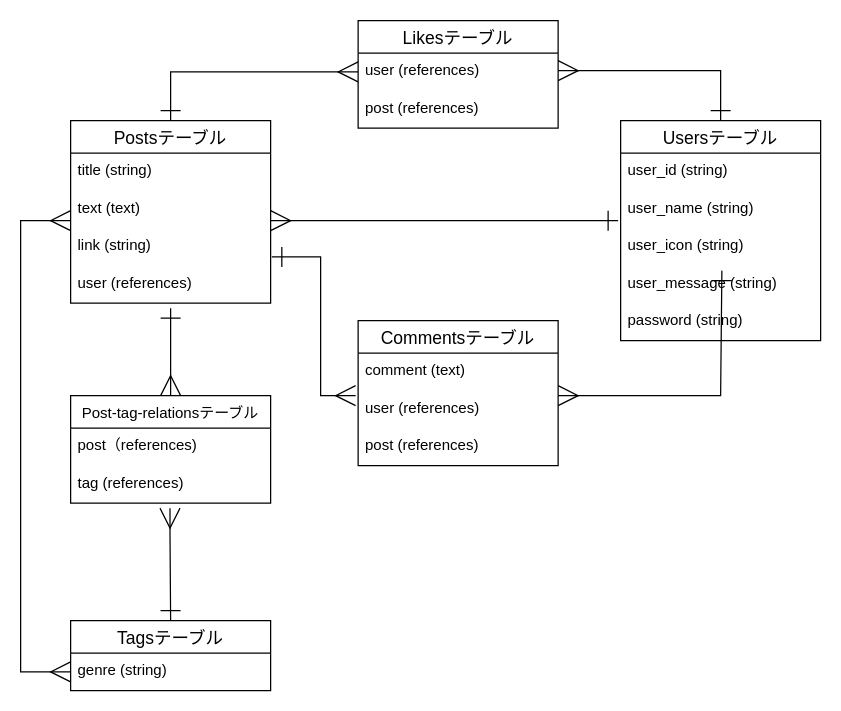
hidetsugu-o/music-recommend keeps this draw.io diagram as ER.dio. Above is the earlier version. Source tidied: cells renumbered, new cells numbered last; positions are measured from the earlier drawing's top-left corner, leaving out a move shared by most shapes. Both pictures are drawn from the tidied source at 125%, with x=0, y=0 at pixel (20, 20).
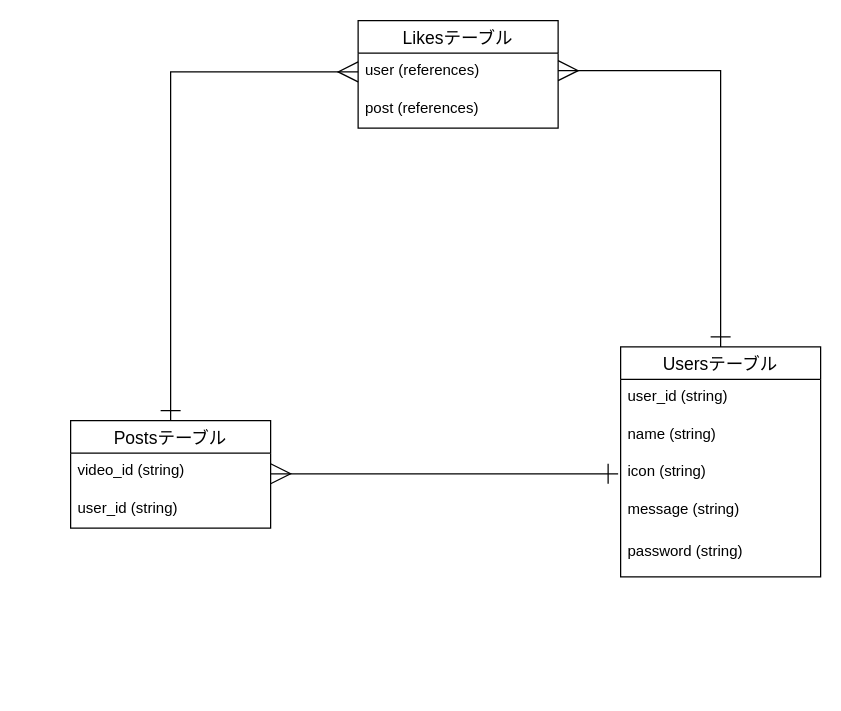
The same diagram, later.

Commit message (it also covers changes not shown here):
ER図、READMEの修正

The edit, as a diff of the source:
```diff
@@
     <mxCell id="2" value="Postsテーブル" style="swimlane;fontStyle=0;horizontal=1;startSize=26;align=center;fontSize=14;" parent="1" vertex="1">
-      <mxGeometry x="40" y="80" width="160" height="146" as="geometry" />
+      <mxGeometry x="40" y="320" width="160" height="86" as="geometry" />
     </mxCell>
-    <mxCell id="3" value="title (string)" style="text;strokeColor=none;fillColor=none;spacingLeft=4;spacingRight=4;overflow=hidden;fontSize=12;" parent="2" vertex="1">
+    <mxCell id="3" value="video_id (string)" style="text;strokeColor=none;fillColor=none;spacingLeft=4;spacingRight=4;overflow=hidden;fontSize=12;" parent="2" vertex="1">
       <mxGeometry y="26" width="160" height="30" as="geometry" />
     </mxCell>
-    <mxCell id="4" value="text (text)&#10;" style="text;strokeColor=none;fillColor=none;spacingLeft=4;spacingRight=4;overflow=hidden;fontSize=12;" parent="2" vertex="1">
-      <mxGeometry y="56" width="160" height="30" as="geometry" />
-    </mxCell>
-    <mxCell id="5" value="link (string)" style="text;strokeColor=none;fillColor=none;spacingLeft=4;spacingRight=4;overflow=hidden;points=[[0,0.5],[1,0.5]];portConstraint=eastwest;fontSize=12;" parent="2" vertex="1">
-      <mxGeometry y="86" width="160" height="30" as="geometry" />
-    </mxCell>
-    <mxCell id="6" value="user (references)" style="text;strokeColor=none;fillColor=none;spacingLeft=4;spacingRight=4;overflow=hidden;fontSize=12;" parent="2" vertex="1">
-      <mxGeometry y="116" width="160" height="30" as="geometry" />
+    <mxCell id="6" value="user_id (string)" style="text;strokeColor=none;fillColor=none;spacingLeft=4;spacingRight=4;overflow=hidden;fontSize=12;" parent="2" vertex="1">
+      <mxGeometry y="56" width="160" height="30" as="geometry" />
     </mxCell>
@@
-    <mxCell id="10" value="Post-tag-relationsテーブル" style="swimlane;fontStyle=0;horizontal=1;startSize=26;align=center;fontSize=12;" parent="1" vertex="1">
-      <mxGeometry x="40" y="300" width="160" height="86" as="geometry" />
-    </mxCell>
-    <mxCell id="11" value="post（references)" style="text;strokeColor=none;fillColor=none;spacingLeft=4;spacingRight=4;overflow=hidden;fontSize=12;" parent="10" vertex="1">
-      <mxGeometry y="26" width="160" height="30" as="geometry" />
-    </mxCell>
-    <mxCell id="12" value="tag (references)" style="text;strokeColor=none;fillColor=none;spacingLeft=4;spacingRight=4;overflow=hidden;fontSize=12;" parent="10" vertex="1">
-      <mxGeometry y="56" width="160" height="30" as="geometry" />
-    </mxCell>
-    <mxCell id="13" value="Tagsテーブル" style="swimlane;fontStyle=0;horizontal=1;startSize=26;align=center;fontSize=14;" parent="1" vertex="1">
-      <mxGeometry x="40" y="480" width="160" height="56" as="geometry" />
-    </mxCell>
-    <mxCell id="14" value="genre (string)" style="text;strokeColor=none;fillColor=none;spacingLeft=4;spacingRight=4;overflow=hidden;points=[[0,0.5],[1,0.5]];portConstraint=eastwest;fontSize=12;" parent="13" vertex="1">
-      <mxGeometry y="26" width="160" height="30" as="geometry" />
-    </mxCell>
     <mxCell id="15" value="Usersテーブル" style="swimlane;fontStyle=0;horizontal=1;startSize=26;align=center;fontSize=14;" parent="1" vertex="1">
-      <mxGeometry x="480" y="80" width="160" height="176" as="geometry" />
+      <mxGeometry x="480" y="261" width="160" height="184" as="geometry" />
     </mxCell>
@@
-    <mxCell id="17" value="user_name (string)" style="text;strokeColor=none;fillColor=none;spacingLeft=4;spacingRight=4;overflow=hidden;fontSize=12;" parent="15" vertex="1">
+    <mxCell id="17" value="name (string)" style="text;strokeColor=none;fillColor=none;spacingLeft=4;spacingRight=4;overflow=hidden;fontSize=12;" parent="15" vertex="1">
       <mxGeometry y="56" width="160" height="30" as="geometry" />
     </mxCell>
-    <mxCell id="18" value="user_icon (string)" style="text;strokeColor=none;fillColor=none;spacingLeft=4;spacingRight=4;overflow=hidden;fontSize=12;" parent="15" vertex="1">
+    <mxCell id="18" value="icon (string)" style="text;strokeColor=none;fillColor=none;spacingLeft=4;spacingRight=4;overflow=hidden;fontSize=12;" parent="15" vertex="1">
       <mxGeometry y="86" width="160" height="30" as="geometry" />
     </mxCell>
-    <mxCell id="19" value="user_message (string)" style="text;strokeColor=none;fillColor=none;spacingLeft=4;spacingRight=4;overflow=hidden;fontSize=12;" parent="15" vertex="1">
-      <mxGeometry y="116" width="160" height="30" as="geometry" />
-    </mxCell>
+    <mxCell id="33" value="message (string)" style="text;strokeColor=none;fillColor=none;spacingLeft=4;spacingRight=4;overflow=hidden;fontSize=12;" parent="15" vertex="1">
+      <mxGeometry y="116" width="160" height="34" as="geometry" />
+    </mxCell>
     <mxCell id="20" value="password (string)" style="text;strokeColor=none;fillColor=none;spacingLeft=4;spacingRight=4;overflow=hidden;fontSize=12;" parent="15" vertex="1">
-      <mxGeometry y="146" width="160" height="30" as="geometry" />
+      <mxGeometry y="150" width="160" height="34" as="geometry" />
     </mxCell>
-    <mxCell id="21" value="Commentsテーブル" style="swimlane;fontStyle=0;horizontal=1;startSize=26;align=center;fontSize=14;" parent="1" vertex="1">
-      <mxGeometry x="270" y="240" width="160" height="116" as="geometry" />
-    </mxCell>
-    <mxCell id="22" value="comment (text)" style="text;strokeColor=none;fillColor=none;spacingLeft=4;spacingRight=4;overflow=hidden;fontSize=12;" parent="21" vertex="1">
-      <mxGeometry y="26" width="160" height="30" as="geometry" />
-    </mxCell>
-    <mxCell id="23" value="user (references)" style="text;strokeColor=none;fillColor=none;spacingLeft=4;spacingRight=4;overflow=hidden;fontSize=12;" parent="21" vertex="1">
-      <mxGeometry y="56" width="160" height="30" as="geometry" />
-    </mxCell>
-    <mxCell id="24" value="post (references)" style="text;strokeColor=none;fillColor=none;spacingLeft=4;spacingRight=4;overflow=hidden;fontSize=12;" parent="21" vertex="1">
-      <mxGeometry y="86" width="160" height="30" as="geometry" />
-    </mxCell>
     <mxCell id="25" style="endArrow=ERone;html=1;rounded=0;fontSize=12;endFill=0;endSize=14;startArrow=ERmany;startFill=0;startSize=14;" parent="1" edge="1">
       <mxGeometry relative="1" as="geometry">
-        <mxPoint x="200" y="160" as="sourcePoint" />
-        <mxPoint x="478" y="160" as="targetPoint" />
+        <mxPoint x="200" y="362.5" as="sourcePoint" />
+        <mxPoint x="478" y="362.5" as="targetPoint" />
       </mxGeometry>
     </mxCell>
@@
-    <mxCell id="28" style="endArrow=ERone;html=1;rounded=0;fontSize=12;endFill=0;endSize=14;startArrow=ERmany;startFill=0;startSize=14;" parent="1" edge="1">
-      <mxGeometry relative="1" as="geometry">
-        <mxPoint x="430" y="300" as="sourcePoint" />
-        <mxPoint x="561" y="200" as="targetPoint" />
-        <Array as="points">
-          <mxPoint x="560" y="300" />
-        </Array>
-      </mxGeometry>
-    </mxCell>
-    <mxCell id="29" style="endArrow=ERone;html=1;rounded=0;fontSize=12;endFill=0;endSize=14;startArrow=ERmany;startFill=0;startSize=14;entryX=1.006;entryY=0.767;entryDx=0;entryDy=0;entryPerimeter=0;" parent="1" edge="1" target="5">
-      <mxGeometry relative="1" as="geometry">
-        <mxPoint x="268" y="300" as="sourcePoint" />
-        <Array as="points">
-          <mxPoint x="240" y="300" />
-          <mxPoint x="240" y="189" />
-        </Array>
-      </mxGeometry>
-    </mxCell>
-    <mxCell id="30" style="endArrow=ERone;html=1;rounded=0;fontSize=12;endFill=0;endSize=14;startArrow=ERmany;startFill=0;startSize=14;exitX=0.5;exitY=0;exitDx=0;exitDy=0;" parent="1" edge="1" source="10">
-      <mxGeometry relative="1" as="geometry">
-        <mxPoint x="120" y="230" as="targetPoint" />
-        <Array as="points">
-          <mxPoint x="120" y="250" />
-        </Array>
-      </mxGeometry>
-    </mxCell>
-    <mxCell id="31" style="endArrow=ERone;html=1;rounded=0;fontSize=12;endFill=0;endSize=14;startArrow=ERmany;startFill=0;startSize=14;exitX=0.5;exitY=0;exitDx=0;exitDy=0;entryX=0.5;entryY=0;entryDx=0;entryDy=0;" parent="1" edge="1" target="13">
-      <mxGeometry relative="1" as="geometry">
-        <mxPoint x="119.5" y="390" as="sourcePoint" />
-        <Array as="points">
-          <mxPoint x="119.5" y="410" />
-        </Array>
-      </mxGeometry>
-    </mxCell>
-    <mxCell id="32" style="endArrow=ERmany;html=1;rounded=0;fontSize=12;endFill=0;endSize=14;startArrow=ERmany;startFill=0;startSize=14;entryX=0;entryY=0.5;entryDx=0;entryDy=0;" parent="1" edge="1" target="14">
-      <mxGeometry relative="1" as="geometry">
-        <mxPoint x="40" y="160" as="sourcePoint" />
-        <Array as="points">
-          <mxPoint y="160" />
-          <mxPoint y="521" />
-        </Array>
-      </mxGeometry>
-    </mxCell>
```
